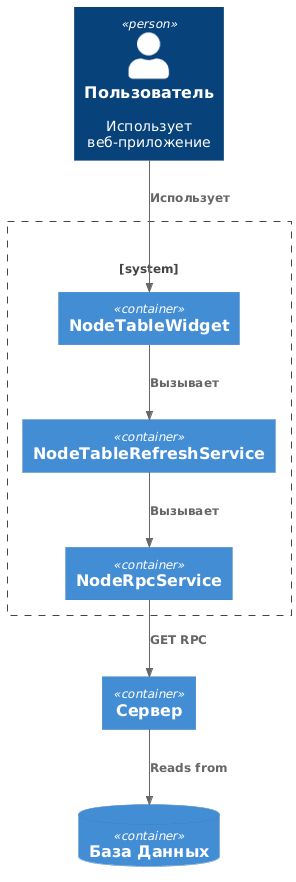
Earlier version of the PlantUML export docs/c4-component-client.png (dbespa/gwt-tree).
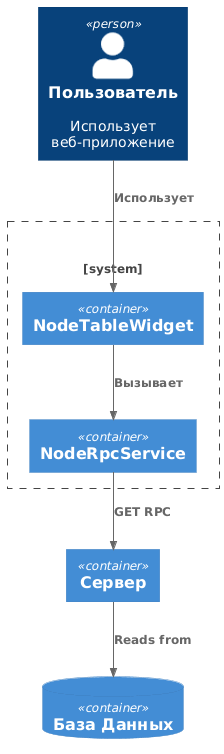
After the change.

Diff of the diagram source:
```diff
@@ -4,7 +4,6 @@
 Person(person, "Пользователь", "Использует веб-приложение")
 System_Boundary(c1, "") {
     Container(widget, "NodeTableWidget")
-    Container(refreshService, "NodeTableRefreshService")
     Container(rpcService, "NodeRpcService")
 }
 Container(server, "Сервер")
@@ -12,8 +11,7 @@
 
 Rel(person, widget, "Использует")
 
-Rel(widget, refreshService, "Вызывает")
-Rel(refreshService, rpcService, "Вызывает")
+Rel(widget, rpcService, "Вызывает")
 
 Rel(rpcService, server, "GET RPC")
 Rel(server, db, "Reads from")
```
